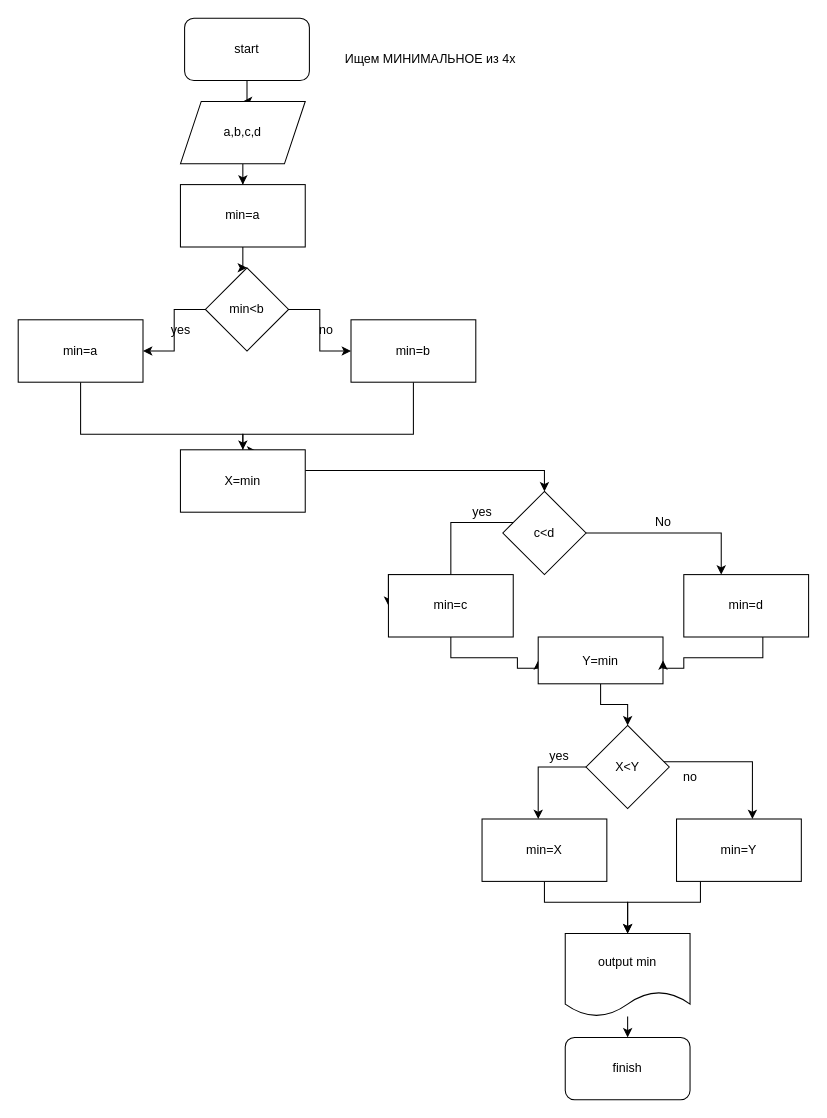
Earlier version of the draw.io diagram з2.drawio (ViktoriyaLis/ItogProject). Source tidied: cells renumbered, new cells numbered last; positions are measured from the earlier drawing's top-left corner, leaving out a move shared by most shapes. Both pictures are drawn from the tidied source at 104%, with x=0, y=0 at pixel (18, 18).
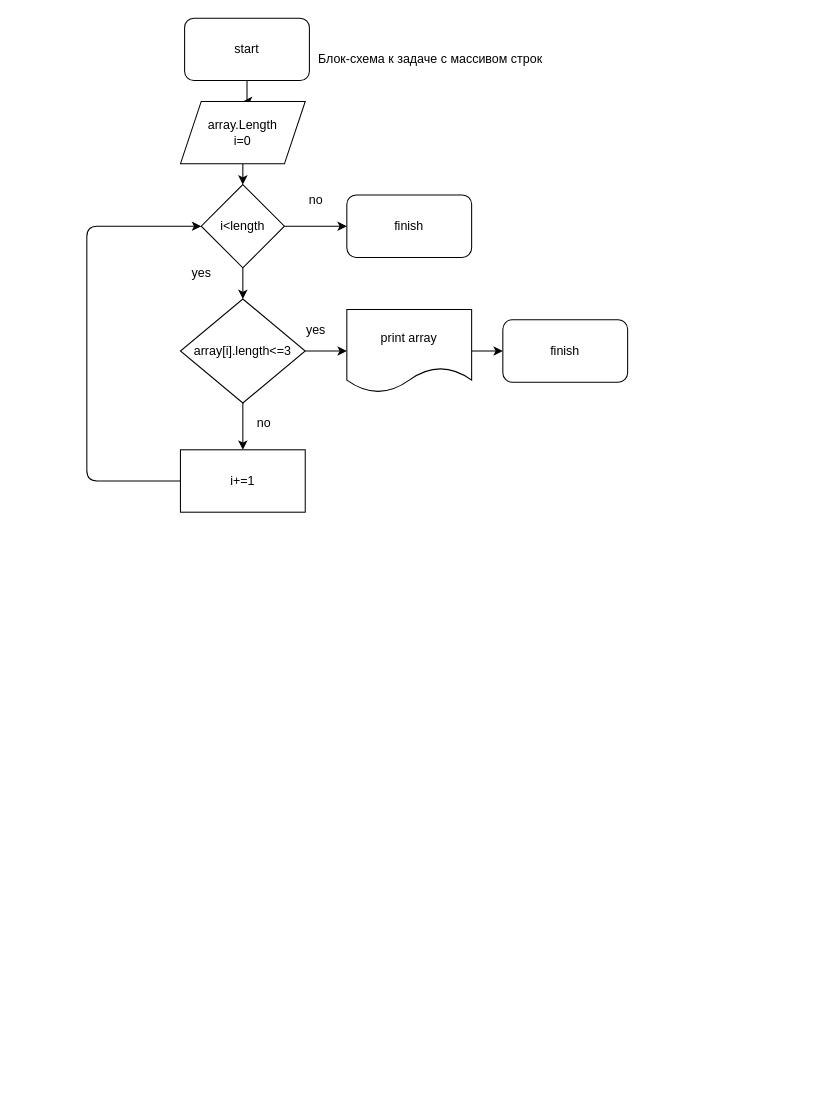
Above is the later version.

Commit message:
добавила оконч программы в блок-схеме

Change to the diagram source:
```diff
@@
-    <mxCell id="4" style="edgeStyle=orthogonalEdgeStyle;rounded=0;jettySize=auto;html=1;" parent="1" edge="1" source="5" target="7">
-      <mxGeometry relative="1" as="geometry" />
+    <mxCell id="4" style="edgeStyle=orthogonalEdgeStyle;rounded=0;jettySize=auto;html=1;" parent="1" edge="1" source="5">
+      <mxGeometry relative="1" as="geometry">
+        <mxPoint x="216" y="160" as="targetPoint" />
+      </mxGeometry>
     </mxCell>
-    <mxCell id="5" value="a,b,c,d" style="shape=parallelogram;perimeter=parallelogramPerimeter;whiteSpace=wrap;html=1;fixedSize=1;" parent="1" vertex="1">
+    <mxCell id="5" value="array.Length&lt;br&gt;i=0" style="shape=parallelogram;perimeter=parallelogramPerimeter;whiteSpace=wrap;html=1;fixedSize=1;" parent="1" vertex="1">
       <mxGeometry x="156" y="80" width="120" height="60" as="geometry" />
     </mxCell>
-    <mxCell id="6" style="edgeStyle=orthogonalEdgeStyle;rounded=0;jettySize=auto;html=1;entryX=0.5;entryY=0;entryDx=0;entryDy=0;" parent="1" edge="1" source="7" target="10">
-      <mxGeometry relative="1" as="geometry" />
-    </mxCell>
-    <mxCell id="7" value="min=a" style="rounded=0;whiteSpace=wrap;html=1;" parent="1" vertex="1">
-      <mxGeometry x="156" y="160" width="120" height="60" as="geometry" />
-    </mxCell>
-    <mxCell id="8" style="edgeStyle=orthogonalEdgeStyle;rounded=0;jettySize=auto;html=1;" parent="1" edge="1" source="10" target="12">
-      <mxGeometry relative="1" as="geometry" />
+    <mxCell id="8" style="edgeStyle=orthogonalEdgeStyle;rounded=0;jettySize=auto;html=1;" parent="1" edge="1" source="10">
+      <mxGeometry relative="1" as="geometry">
+        <mxPoint x="216" y="270" as="targetPoint" />
+      </mxGeometry>
     </mxCell>
-    <mxCell id="9" style="edgeStyle=orthogonalEdgeStyle;rounded=0;jettySize=auto;html=1;" parent="1" edge="1" source="10" target="14">
-      <mxGeometry relative="1" as="geometry" />
+    <mxCell id="9" style="edgeStyle=orthogonalEdgeStyle;rounded=0;jettySize=auto;html=1;" parent="1" edge="1" source="10">
+      <mxGeometry relative="1" as="geometry">
+        <mxPoint x="316" y="200" as="targetPoint" />
+      </mxGeometry>
     </mxCell>
-    <mxCell id="10" value="min&amp;lt;b" style="rhombus;whiteSpace=wrap;html=1;" parent="1" vertex="1">
-      <mxGeometry x="180" y="240" width="80" height="80" as="geometry" />
+    <mxCell id="10" value="i&amp;lt;length" style="rhombus;whiteSpace=wrap;html=1;" parent="1" vertex="1">
+      <mxGeometry x="176" y="160" width="80" height="80" as="geometry" />
     </mxCell>
-    <mxCell id="11" style="edgeStyle=orthogonalEdgeStyle;rounded=0;jettySize=auto;html=1;" parent="1" edge="1" source="12" target="21">
-      <mxGeometry relative="1" as="geometry">
-        <Array as="points">
-          <mxPoint x="60" y="400" />
-        </Array>
-      </mxGeometry>
-    </mxCell>
-    <mxCell id="12" value="min=a" style="whiteSpace=wrap;html=1;" parent="1" vertex="1">
-      <mxGeometry y="290" width="120" height="60" as="geometry" />
-    </mxCell>
-    <mxCell id="13" style="edgeStyle=orthogonalEdgeStyle;rounded=0;jettySize=auto;html=1;entryX=0.608;entryY=0.017;entryDx=0;entryDy=0;entryPerimeter=0;" parent="1" edge="1" source="14" target="21">
-      <mxGeometry relative="1" as="geometry">
-        <Array as="points">
-          <mxPoint x="380" y="400" />
-          <mxPoint x="216" y="400" />
-          <mxPoint x="216" y="416" />
-        </Array>
-      </mxGeometry>
-    </mxCell>
-    <mxCell id="14" value="min=b" style="whiteSpace=wrap;html=1;" parent="1" vertex="1">
-      <mxGeometry x="320" y="290" width="120" height="60" as="geometry" />
-    </mxCell>
     <mxCell id="15" value="yes" style="text;html=1;align=center;verticalAlign=middle;strokeColor=none;fillColor=none;" parent="1" vertex="1">
-      <mxGeometry x="136" y="285" width="40" height="30" as="geometry" />
+      <mxGeometry x="156" y="230" width="40" height="30" as="geometry" />
     </mxCell>
     <mxCell id="16" value="no" style="text;html=1;align=center;verticalAlign=middle;strokeColor=none;fillColor=none;" parent="1" vertex="1">
-      <mxGeometry x="276" y="285" width="40" height="30" as="geometry" />
+      <mxGeometry x="266" y="160" width="40" height="30" as="geometry" />
     </mxCell>
-    <mxCell id="17" style="edgeStyle=orthogonalEdgeStyle;rounded=0;jettySize=auto;html=1;entryX=0;entryY=0.5;entryDx=0;entryDy=0;" parent="1" edge="1" source="19" target="23">
-      <mxGeometry relative="1" as="geometry">
-        <Array as="points">
-          <mxPoint x="416" y="485" />
-          <mxPoint x="416" y="535" />
-        </Array>
-      </mxGeometry>
-    </mxCell>
-    <mxCell id="18" style="edgeStyle=orthogonalEdgeStyle;rounded=0;jettySize=auto;html=1;" parent="1" edge="1" source="19" target="42">
-      <mxGeometry relative="1" as="geometry">
-        <Array as="points">
-          <mxPoint x="676" y="495" />
-        </Array>
-      </mxGeometry>
-    </mxCell>
-    <mxCell id="19" value="c&amp;lt;d" style="rhombus;whiteSpace=wrap;html=1;" parent="1" vertex="1">
-      <mxGeometry x="466" y="455" width="80" height="80" as="geometry" />
-    </mxCell>
-    <mxCell id="20" style="edgeStyle=orthogonalEdgeStyle;rounded=0;jettySize=auto;html=1;entryX=0.5;entryY=0;entryDx=0;entryDy=0;" parent="1" edge="1" source="21" target="19">
-      <mxGeometry relative="1" as="geometry">
-        <Array as="points">
-          <mxPoint x="506" y="435" />
-        </Array>
-      </mxGeometry>
-    </mxCell>
+    <mxCell id="43" style="edgeStyle=none;html=1;entryX=0;entryY=0.5;entryDx=0;entryDy=0;" parent="1" edge="1" source="21" target="10">
+      <mxGeometry relative="1" as="geometry">
+        <Array as="points">
+          <mxPoint x="66" y="445" />
+          <mxPoint x="66" y="300" />
+          <mxPoint x="66" y="200" />
+        </Array>
+      </mxGeometry>
+    </mxCell>
-    <mxCell id="21" value="X=min" style="whiteSpace=wrap;html=1;" parent="1" vertex="1">
+    <mxCell id="21" value="i+=1" style="whiteSpace=wrap;html=1;" parent="1" vertex="1">
       <mxGeometry x="156" y="415" width="120" height="60" as="geometry" />
     </mxCell>
-    <mxCell id="22" style="edgeStyle=orthogonalEdgeStyle;rounded=0;jettySize=auto;html=1;entryX=0;entryY=0.5;entryDx=0;entryDy=0;" parent="1" edge="1" source="23" target="25">
-      <mxGeometry relative="1" as="geometry">
-        <Array as="points">
-          <mxPoint x="416" y="615" />
-          <mxPoint x="480" y="615" />
-          <mxPoint x="480" y="625" />
-        </Array>
-      </mxGeometry>
-    </mxCell>
-    <mxCell id="23" value="min=c" style="whiteSpace=wrap;html=1;" parent="1" vertex="1">
-      <mxGeometry x="356" y="535" width="120" height="60" as="geometry" />
-    </mxCell>
-    <mxCell id="24" style="edgeStyle=orthogonalEdgeStyle;rounded=0;jettySize=auto;html=1;" parent="1" edge="1" source="25" target="36">
-      <mxGeometry relative="1" as="geometry" />
-    </mxCell>
-    <mxCell id="25" value="Y=min" style="whiteSpace=wrap;html=1;" parent="1" vertex="1">
-      <mxGeometry x="500" y="595" width="120" height="45" as="geometry" />
-    </mxCell>
-    <mxCell id="26" style="edgeStyle=orthogonalEdgeStyle;rounded=0;jettySize=auto;html=1;entryX=0.5;entryY=0;entryDx=0;entryDy=0;" parent="1" edge="1" source="27" target="28">
-      <mxGeometry relative="1" as="geometry">
-        <Array as="points">
-          <mxPoint x="586" y="980" />
-          <mxPoint x="586" y="980" />
-        </Array>
-      </mxGeometry>
-    </mxCell>
-    <mxCell id="27" value="output min" style="shape=document;whiteSpace=wrap;html=1;boundedLbl=1;" parent="1" vertex="1">
-      <mxGeometry x="526" y="880" width="120" height="80" as="geometry" />
-    </mxCell>
-    <mxCell id="28" value="finish" style="rounded=1;whiteSpace=wrap;html=1;" parent="1" vertex="1">
-      <mxGeometry x="526" y="980" width="120" height="60" as="geometry" />
-    </mxCell>
+    <mxCell id="31" value="Блок-схема к задаче с массивом строк" style="text;html=1;align=center;verticalAlign=middle;strokeColor=none;fillColor=none;" parent="1" vertex="1">
+      <mxGeometry x="276" y="25" width="240" height="30" as="geometry" />
+    </mxCell>
+    <mxCell id="44" style="edgeStyle=none;html=1;" parent="1" edge="1" source="46" target="21">
+      <mxGeometry relative="1" as="geometry" />
+    </mxCell>
+    <mxCell id="45" style="edgeStyle=none;html=1;" parent="1" edge="1" source="46" target="48">
+      <mxGeometry relative="1" as="geometry" />
+    </mxCell>
+    <mxCell id="46" value="array[i].length&amp;lt;=3" style="rhombus;whiteSpace=wrap;html=1;" parent="1" vertex="1">
+      <mxGeometry x="156" y="270" width="120" height="100" as="geometry" />
+    </mxCell>
+    <mxCell id="47" style="edgeStyle=none;html=1;" parent="1" edge="1" source="48" target="50">
+      <mxGeometry relative="1" as="geometry" />
+    </mxCell>
+    <mxCell id="48" value="print array" style="shape=document;whiteSpace=wrap;html=1;boundedLbl=1;" parent="1" vertex="1">
+      <mxGeometry x="316" y="280" width="120" height="80" as="geometry" />
+    </mxCell>
+    <mxCell id="30" value="yes" style="text;html=1;align=center;verticalAlign=middle;strokeColor=none;fillColor=none;" parent="1" vertex="1">
+      <mxGeometry x="266" y="285" width="40" height="30" as="geometry" />
+    </mxCell>
     <mxCell id="29" value="no" style="text;html=1;align=center;verticalAlign=middle;strokeColor=none;fillColor=none;" parent="1" vertex="1">
-      <mxGeometry x="626" y="715" width="40" height="30" as="geometry" />
+      <mxGeometry x="216" y="375" width="40" height="30" as="geometry" />
     </mxCell>
-    <mxCell id="30" value="yes" style="text;html=1;align=center;verticalAlign=middle;strokeColor=none;fillColor=none;" parent="1" vertex="1">
-      <mxGeometry x="500" y="695" width="40" height="30" as="geometry" />
-    </mxCell>
-    <mxCell id="31" value="Ищем МИНИМАЛЬНОЕ из 4х" style="text;html=1;align=center;verticalAlign=middle;strokeColor=none;fillColor=none;" parent="1" vertex="1">
-      <mxGeometry x="301" y="25" width="190" height="30" as="geometry" />
-    </mxCell>
-    <mxCell id="32" value="yes&lt;br&gt;" style="text;html=1;align=center;verticalAlign=middle;strokeColor=none;fillColor=none;" parent="1" vertex="1">
-      <mxGeometry x="426" y="460" width="40" height="30" as="geometry" />
-    </mxCell>
-    <mxCell id="33" value="No" style="text;html=1;align=center;verticalAlign=middle;strokeColor=none;fillColor=none;" parent="1" vertex="1">
-      <mxGeometry x="600" y="470" width="40" height="30" as="geometry" />
-    </mxCell>
-    <mxCell id="34" style="edgeStyle=orthogonalEdgeStyle;rounded=0;jettySize=auto;html=1;" parent="1" edge="1" source="36" target="38">
-      <mxGeometry relative="1" as="geometry">
-        <Array as="points">
-          <mxPoint x="500" y="720" />
-        </Array>
-      </mxGeometry>
-    </mxCell>
-    <mxCell id="35" style="edgeStyle=orthogonalEdgeStyle;rounded=0;jettySize=auto;html=1;exitX=0.5;exitY=1;exitDx=0;exitDy=0;entryX=0.608;entryY=0;entryDx=0;entryDy=0;entryPerimeter=0;" parent="1" edge="1" target="40">
-      <mxGeometry relative="1" as="geometry">
-        <mxPoint x="616" y="725" as="sourcePoint" />
-        <Array as="points">
-          <mxPoint x="616" y="715" />
-          <mxPoint x="706" y="715" />
-        </Array>
-      </mxGeometry>
-    </mxCell>
-    <mxCell id="36" value="X&amp;lt;Y" style="rhombus;whiteSpace=wrap;html=1;" parent="1" vertex="1">
-      <mxGeometry x="546" y="680" width="80" height="80" as="geometry" />
-    </mxCell>
-    <mxCell id="37" style="edgeStyle=orthogonalEdgeStyle;rounded=0;jettySize=auto;html=1;" parent="1" edge="1" source="38" target="27">
-      <mxGeometry relative="1" as="geometry">
-        <Array as="points">
-          <mxPoint x="506" y="850" />
-          <mxPoint x="586" y="850" />
-        </Array>
-      </mxGeometry>
-    </mxCell>
-    <mxCell id="38" value="min=X&lt;br&gt;" style="whiteSpace=wrap;html=1;" parent="1" vertex="1">
-      <mxGeometry x="446" y="770" width="120" height="60" as="geometry" />
-    </mxCell>
-    <mxCell id="39" style="edgeStyle=orthogonalEdgeStyle;rounded=0;jettySize=auto;html=1;entryX=0.5;entryY=0;entryDx=0;entryDy=0;" parent="1" edge="1" target="27">
-      <mxGeometry relative="1" as="geometry">
-        <mxPoint x="656" y="830" as="sourcePoint" />
-        <Array as="points">
-          <mxPoint x="656" y="850" />
-          <mxPoint x="586" y="850" />
-        </Array>
-      </mxGeometry>
-    </mxCell>
-    <mxCell id="40" value="min=Y" style="whiteSpace=wrap;html=1;" parent="1" vertex="1">
-      <mxGeometry x="633" y="770" width="120" height="60" as="geometry" />
-    </mxCell>
-    <mxCell id="41" style="edgeStyle=orthogonalEdgeStyle;rounded=0;jettySize=auto;html=1;entryX=1;entryY=0.5;entryDx=0;entryDy=0;" parent="1" edge="1" source="42" target="25">
-      <mxGeometry relative="1" as="geometry">
-        <Array as="points">
-          <mxPoint x="716" y="615" />
-          <mxPoint x="640" y="615" />
-          <mxPoint x="640" y="625" />
-        </Array>
-      </mxGeometry>
-    </mxCell>
-    <mxCell id="42" value="min=d" style="whiteSpace=wrap;html=1;" parent="1" vertex="1">
-      <mxGeometry x="640" y="535" width="120" height="60" as="geometry" />
-    </mxCell>
+    <mxCell id="49" value="finish" style="rounded=1;whiteSpace=wrap;html=1;" parent="1" vertex="1">
+      <mxGeometry x="316" y="170" width="120" height="60" as="geometry" />
+    </mxCell>
+    <mxCell id="50" value="finish" style="rounded=1;whiteSpace=wrap;html=1;" parent="1" vertex="1">
+      <mxGeometry x="466" y="290" width="120" height="60" as="geometry" />
+    </mxCell>
```
